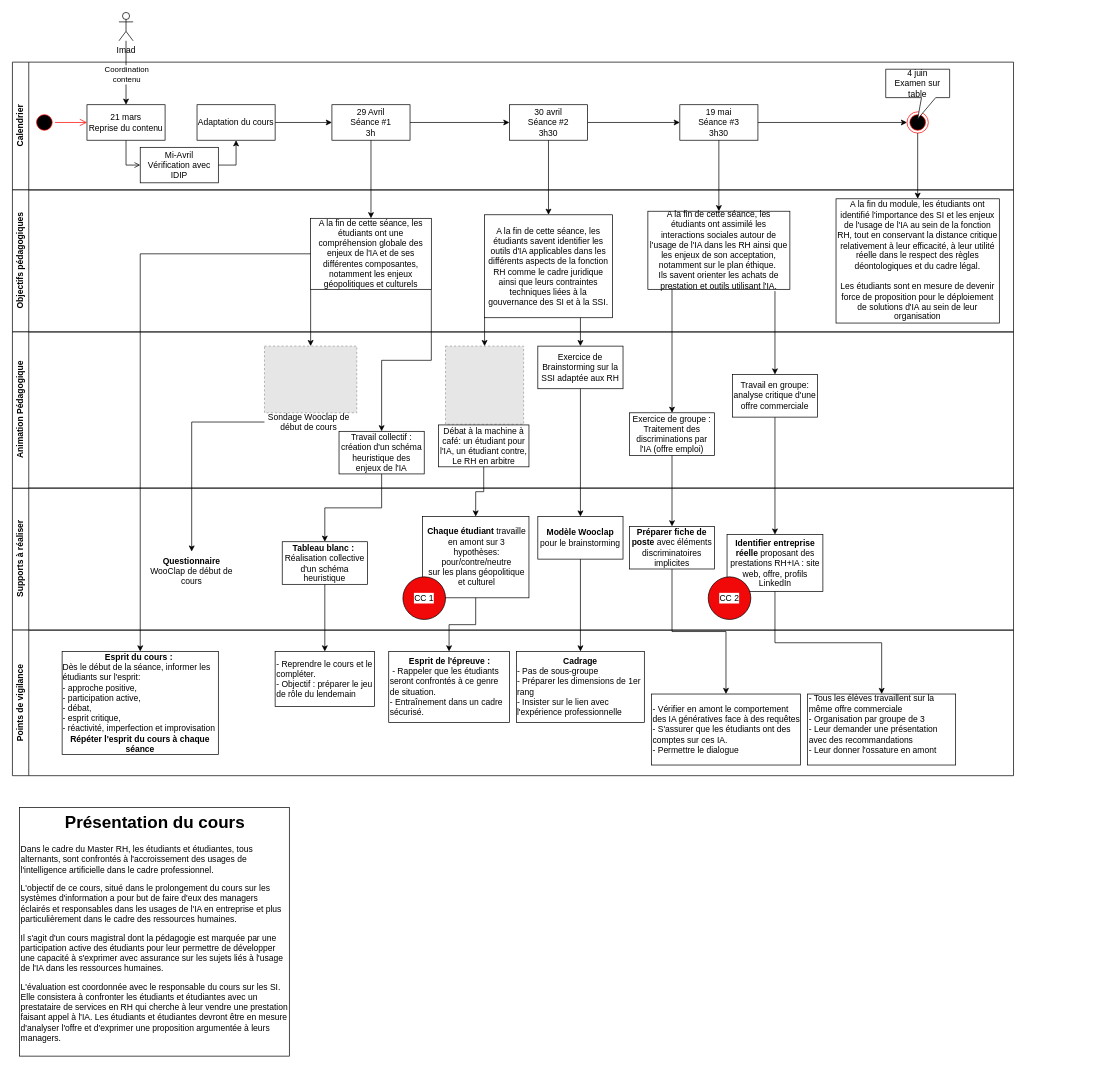
The draw.io diagram page "Parcours pédagogique" (1 of 4) of Cours IA et RH.drawio in Fabrice-64/Drawings, before the edit. Source tidied: cells renumbered, new cells numbered last; positions are measured from the earlier drawing's top-left corner, leaving out a move shared by most shapes. Both pictures are drawn from the tidied source at 71%, with x=0, y=0 at pixel (12, 12). Pictures stored in the file or linked from it are replaced by grey dashed boxes.
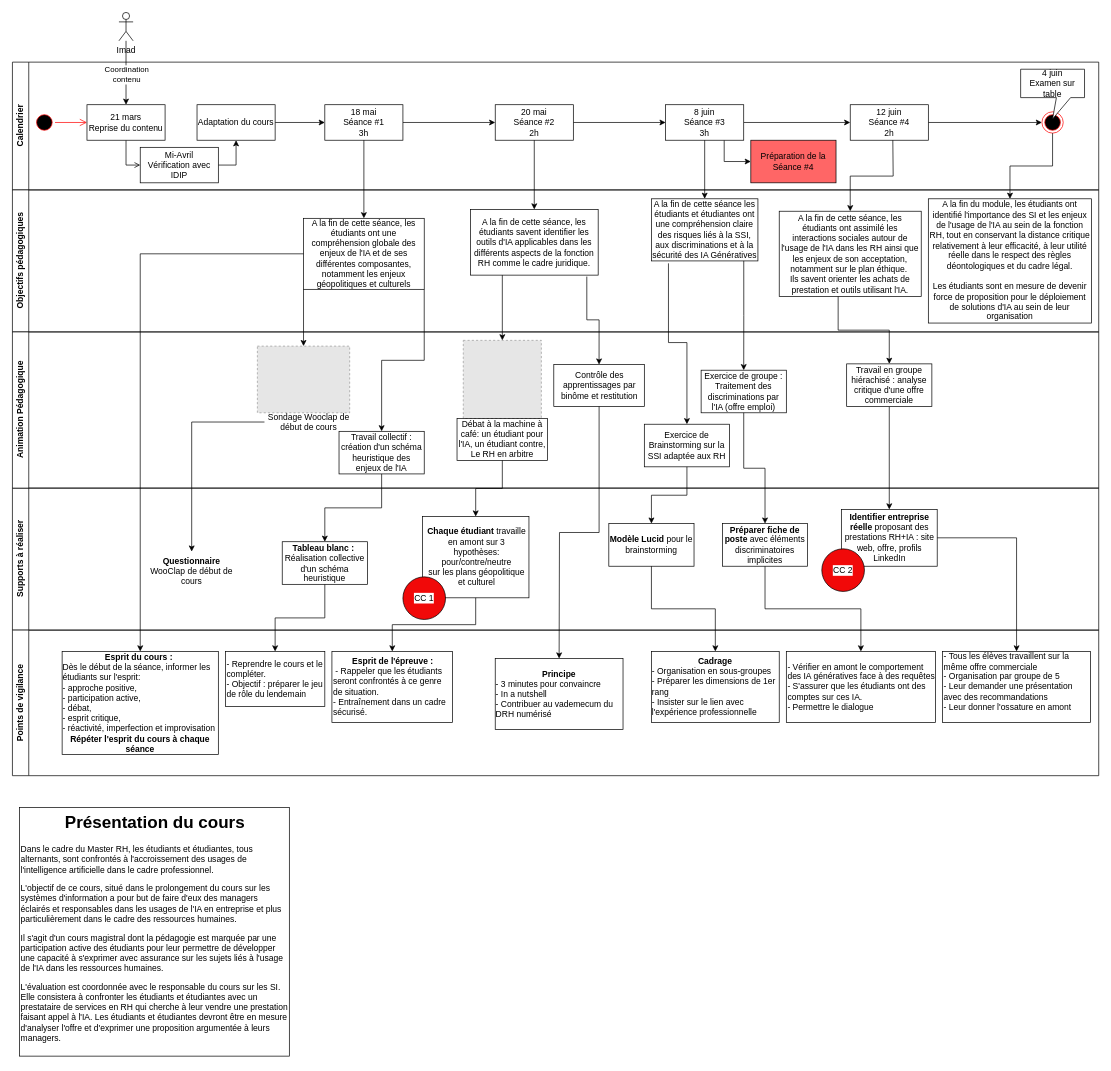
The same diagram, later.

Commit message:
Actualisation cours RH numérique

Change to the diagram source:
```diff
@@
     <mxCell id="2" value="Calendrier" style="swimlane;horizontal=0;whiteSpace=wrap;html=1;verticalAlign=middle;" parent="1" vertex="1">
-      <mxGeometry y="70" width="1410" height="180" as="geometry" />
+      <mxGeometry y="70" width="1530" height="180" as="geometry" />
     </mxCell>
@@
-    <mxCell id="11" value="29 Avril&lt;br&gt;Séance #1&lt;br&gt;3h" style="html=1;whiteSpace=wrap;" parent="2" vertex="1">
-      <mxGeometry x="450" y="60" width="110" height="50" as="geometry" />
+    <mxCell id="11" value="18 mai&lt;br&gt;Séance #1&lt;br&gt;3h" style="html=1;whiteSpace=wrap;" parent="2" vertex="1">
+      <mxGeometry x="440" y="60" width="110" height="50" as="geometry" />
     </mxCell>
@@
-    <mxCell id="13" value="30 avril&lt;br&gt;Séance #2&lt;br&gt;3h30" style="html=1;whiteSpace=wrap;" parent="2" vertex="1">
-      <mxGeometry x="700" y="60" width="110" height="50" as="geometry" />
+    <mxCell id="13" value="20 mai&lt;br&gt;Séance #2&lt;br&gt;2h" style="html=1;whiteSpace=wrap;" parent="2" vertex="1">
+      <mxGeometry x="680" y="60" width="110" height="50" as="geometry" />
     </mxCell>
-    <mxCell id="14" style="edgeStyle=orthogonalEdgeStyle;rounded=0;jettySize=auto;html=1;entryX=0;entryY=0.5;entryDx=0;entryDy=0;" parent="2" edge="1" source="15" target="16">
+    <mxCell id="14" style="edgeStyle=orthogonalEdgeStyle;rounded=0;jettySize=auto;html=1;entryX=0;entryY=0.5;entryDx=0;entryDy=0;exitX=1;exitY=0.5;exitDx=0;exitDy=0;" parent="2" edge="1" source="77" target="16">
       <mxGeometry relative="1" as="geometry" />
     </mxCell>
+    <mxCell id="75" style="edgeStyle=orthogonalEdgeStyle;rounded=0;jettySize=auto;html=1;entryX=0;entryY=0.5;entryDx=0;entryDy=0;" parent="2" edge="1" source="15" target="77">
+      <mxGeometry relative="1" as="geometry" />
+    </mxCell>
+    <mxCell id="76" style="edgeStyle=orthogonalEdgeStyle;rounded=0;jettySize=auto;html=1;exitX=0.75;exitY=1;exitDx=0;exitDy=0;entryX=0;entryY=0.5;entryDx=0;entryDy=0;" parent="2" edge="1" source="15" target="78">
+      <mxGeometry relative="1" as="geometry" />
+    </mxCell>
-    <mxCell id="15" value="19 mai&lt;br&gt;Séance #3&lt;br&gt;3h30" style="html=1;whiteSpace=wrap;" parent="2" vertex="1">
-      <mxGeometry x="940" y="60" width="110" height="50" as="geometry" />
+    <mxCell id="15" value="8 juin&lt;br&gt;Séance #3&lt;br&gt;3h" style="html=1;whiteSpace=wrap;" parent="2" vertex="1">
+      <mxGeometry x="920" y="60" width="110" height="50" as="geometry" />
     </mxCell>
     <mxCell id="16" style="ellipse;html=1;shape=endState;fillColor=#000000;strokeColor=#ff0000;" parent="2" vertex="1">
-      <mxGeometry x="1260" y="70" width="30" height="30" as="geometry" />
+      <mxGeometry x="1450" y="70" width="30" height="30" as="geometry" />
     </mxCell>
@@
     <mxCell id="18" value="4 juin&lt;br&gt;Examen sur table" style="shape=callout;whiteSpace=wrap;html=1;perimeter=calloutPerimeter;size=30;position=0.56;" parent="2" vertex="1">
-      <mxGeometry x="1230" y="10" width="90" height="70" as="geometry" />
+      <mxGeometry x="1420" y="10" width="90" height="70" as="geometry" />
     </mxCell>
+    <mxCell id="77" value="12 juin&lt;br&gt;Séance #4&lt;br&gt;2h" style="html=1;whiteSpace=wrap;" parent="2" vertex="1">
+      <mxGeometry x="1180" y="60" width="110" height="50" as="geometry" />
+    </mxCell>
+    <mxCell id="78" value="Préparation de la Séance #4" style="whiteSpace=wrap;html=1;fillColor=#FF6666;" parent="2" vertex="1">
+      <mxGeometry x="1040" y="110" width="120" height="60" as="geometry" />
+    </mxCell>
@@
-    <mxCell id="24" style="edgeStyle=orthogonalEdgeStyle;rounded=0;jettySize=auto;html=1;entryX=0.5;entryY=0;entryDx=0;entryDy=0;" parent="1" edge="1" source="15" target="29">
-      <mxGeometry relative="1" as="geometry" />
+    <mxCell id="24" style="edgeStyle=orthogonalEdgeStyle;rounded=0;jettySize=auto;html=1;entryX=0.5;entryY=0;entryDx=0;entryDy=0;" parent="1" edge="1" target="29">
+      <mxGeometry relative="1" as="geometry">
+        <mxPoint x="1240" y="180" as="sourcePoint" />
+      </mxGeometry>
     </mxCell>
@@
     <mxCell id="26" value="Objectifs pédagogiques" style="swimlane;horizontal=0;whiteSpace=wrap;html=1;perimeterSpacing=1;" parent="1" vertex="1">
-      <mxGeometry y="250" width="1410" height="200" as="geometry" />
+      <mxGeometry y="250" width="1530" height="200" as="geometry" />
     </mxCell>
     <mxCell id="27" value="A la fin de cette séance, les étudiants ont une compréhension globale des enjeux de l'IA et de ses différentes composantes, notamment les enjeux géopolitiques et culturels" style="html=1;whiteSpace=wrap;movableLabel=0;" parent="26" vertex="1">
-      <mxGeometry x="420" y="40" width="170" height="100" as="geometry" />
+      <mxGeometry x="410" y="40" width="170" height="100" as="geometry" />
     </mxCell>
-    <mxCell id="28" value="A la fin de cette séance, les étudiants savent identifier les outils d'IA applicables dans les différents aspects de la fonction RH comme le cadre juridique ainsi que leurs contraintes techniques liées à la gouvernance des SI et à la SSI." style="html=1;whiteSpace=wrap;" parent="26" vertex="1">
-      <mxGeometry x="665" y="35" width="180" height="145" as="geometry" />
+    <mxCell id="28" value="A la fin de cette séance, les étudiants savent identifier les outils d'IA applicables dans les différents aspects de la fonction RH comme le cadre juridique." style="html=1;whiteSpace=wrap;" parent="26" vertex="1">
+      <mxGeometry x="645" y="27.5" width="180" height="92.5" as="geometry" />
     </mxCell>
     <mxCell id="29" value="A la fin de cette séance, les étudiants ont assimilé les interactions sociales autour de l'usage de l'IA dans les RH ainsi que les enjeux de son acceptation, notamment sur le plan éthique.&amp;nbsp;&lt;br&gt;Ils savent orienter les achats de prestation et outils utilisant l'IA." style="html=1;whiteSpace=wrap;" parent="26" vertex="1">
-      <mxGeometry x="895" y="30" width="200" height="110" as="geometry" />
+      <mxGeometry x="1080" y="30" width="200" height="120" as="geometry" />
     </mxCell>
     <mxCell id="30" value="A la fin du module, les étudiants ont identifié l'importance des SI et les enjeux de l'usage de l'IA au sein de la fonction RH, tout en conservant la distance critique relativement à leur efficacité, à leur utilité réelle dans le respect des règles déontologiques et du cadre légal.&lt;br&gt;&lt;br&gt;Les étudiants sont en mesure de devenir force de proposition pour le déploiement de solutions d'IA au sein de leur organisation" style="html=1;whiteSpace=wrap;" parent="26" vertex="1">
-      <mxGeometry x="1160" y="12.5" width="230" height="175" as="geometry" />
+      <mxGeometry x="1290" y="12.5" width="230" height="175" as="geometry" />
     </mxCell>
+    <mxCell id="79" value="A la fin de cette séance les étudiants et étudiantes ont une compréhension claire des risques liés à la SSI, aux discriminations et à la sécurité des IA Génératives" style="html=1;whiteSpace=wrap;" parent="26" vertex="1">
+      <mxGeometry x="900" y="12.5" width="150" height="87.5" as="geometry" />
+    </mxCell>
     <mxCell id="31" value="Supports à réaliser" style="swimlane;horizontal=0;whiteSpace=wrap;html=1;perimeterSpacing=1;fillColor=light-dark(#FFFFFF,#EDEDED);" parent="1" vertex="1">
-      <mxGeometry y="670" width="1410" height="200" as="geometry" />
+      <mxGeometry y="670" width="1530" height="200" as="geometry" />
     </mxCell>
@@
     <mxCell id="34" value="&lt;b&gt;Identifier entreprise réelle&lt;/b&gt; proposant des prestations RH+IA : site web, offre, profils LinkedIn" style="whiteSpace=wrap;html=1;" parent="31" vertex="1">
-      <mxGeometry x="1006.5" y="65.5" width="135" height="80" as="geometry" />
+      <mxGeometry x="1167.5" y="30" width="135" height="80" as="geometry" />
     </mxCell>
-    <mxCell id="35" value="&lt;b&gt;Modèle Wooclap&lt;/b&gt; pour le brainstorming" style="whiteSpace=wrap;html=1;" parent="31" vertex="1">
-      <mxGeometry x="740" y="40" width="120" height="60" as="geometry" />
+    <mxCell id="35" value="&lt;b&gt;Modèle Lucid&lt;/b&gt; pour le brainstorming" style="whiteSpace=wrap;html=1;" parent="31" vertex="1">
+      <mxGeometry x="840" y="50" width="120" height="60" as="geometry" />
     </mxCell>
     <mxCell id="36" value="&lt;b&gt;Préparer fiche de poste&lt;/b&gt; avec éléments discriminatoires implicites" style="rounded=0;whiteSpace=wrap;html=1;" parent="31" vertex="1">
-      <mxGeometry x="869" y="53.9" width="120" height="60" as="geometry" />
+      <mxGeometry x="1000" y="50" width="120" height="60" as="geometry" />
     </mxCell>
@@
     <mxCell id="39" value="CC 2" style="ellipse;whiteSpace=wrap;html=1;labelBackgroundColor=#FFFFFF;fillColor=light-dark(#f10909, #ededed);" parent="31" vertex="1">
-      <mxGeometry x="980" y="125" width="60" height="60" as="geometry" />
+      <mxGeometry x="1140" y="85.5" width="60" height="60" as="geometry" />
     </mxCell>
-    <mxCell id="40" style="edgeStyle=orthogonalEdgeStyle;rounded=0;jettySize=auto;html=1;exitX=0.895;exitY=1.023;exitDx=0;exitDy=0;exitPerimeter=0;" parent="1" edge="1" source="29" target="49">
+    <mxCell id="40" style="edgeStyle=orthogonalEdgeStyle;rounded=0;jettySize=auto;html=1;exitX=0.415;exitY=1;exitDx=0;exitDy=0;exitPerimeter=0;" parent="1" edge="1" source="29" target="49">
       <mxGeometry relative="1" as="geometry" />
     </mxCell>
@@
     <mxCell id="44" value="Animation Pédagogique" style="swimlane;horizontal=0;whiteSpace=wrap;html=1;perimeterSpacing=1;" parent="1" vertex="1">
-      <mxGeometry y="450" width="1410" height="220" as="geometry" />
+      <mxGeometry y="450" width="1530" height="220" as="geometry" />
     </mxCell>
     <mxCell id="45" style="fillColor=#E6E6E6;strokeColor=#999999;dashed=1;verticalLabelPosition=bottom;verticalAlign=top;" parent="44" vertex="1">
-      <mxGeometry x="355" y="20" width="130" height="93.9" as="geometry" />
+      <mxGeometry x="345" y="20" width="130" height="93.9" as="geometry" />
     </mxCell>
@@
     <mxCell id="47" style="fillColor=#E6E6E6;strokeColor=#999999;dashed=1;verticalLabelPosition=bottom;verticalAlign=top;" parent="44" vertex="1">
-      <mxGeometry x="610" y="20" width="110" height="110" as="geometry" />
+      <mxGeometry x="635" y="11.9" width="110" height="110" as="geometry" />
     </mxCell>
     <mxCell id="48" value="Débat à la machine à café: un étudiant pour l'IA, un étudiant contre,&lt;br&gt;Le RH en arbitre" style="text;html=1;align=center;verticalAlign=middle;whiteSpace=wrap;rounded=0;strokeColor=default;" parent="44" vertex="1">
-      <mxGeometry x="600" y="131" width="127.5" height="59" as="geometry" />
+      <mxGeometry x="626.2" y="121.9" width="127.5" height="59" as="geometry" />
     </mxCell>
-    <mxCell id="49" value="Travail en groupe: analyse critique d'une offre commerciale" style="whiteSpace=wrap;html=1;" parent="44" vertex="1">
-      <mxGeometry x="1014" y="60" width="120" height="60" as="geometry" />
+    <mxCell id="49" value="Travail en groupe hiérachisé : analyse critique d'une offre commerciale" style="whiteSpace=wrap;html=1;" parent="44" vertex="1">
+      <mxGeometry x="1175" y="45" width="120" height="60" as="geometry" />
     </mxCell>
     <mxCell id="50" value="Exercice de Brainstorming sur la SSI adaptée aux RH" style="whiteSpace=wrap;html=1;" parent="44" vertex="1">
-      <mxGeometry x="740" y="20" width="120" height="60" as="geometry" />
+      <mxGeometry x="890" y="130" width="120" height="60" as="geometry" />
     </mxCell>
     <mxCell id="51" value="Exercice de groupe : Traitement des discriminations par l'IA (offre emploi)" style="whiteSpace=wrap;html=1;" parent="44" vertex="1">
-      <mxGeometry x="869" y="113.9" width="120" height="60" as="geometry" />
+      <mxGeometry x="970" y="53.9" width="120" height="60" as="geometry" />
     </mxCell>
@@
+    <mxCell id="80" style="edgeStyle=orthogonalEdgeStyle;rounded=0;jettySize=auto;html=1;" parent="44" edge="1" source="81">
+      <mxGeometry relative="1" as="geometry">
+        <mxPoint x="770" y="460" as="targetPoint" />
+      </mxGeometry>
+    </mxCell>
+    <mxCell id="81" value="Contrôle des apprentissages par binôme et restitution" style="text;html=1;align=center;verticalAlign=middle;whiteSpace=wrap;rounded=0;strokeColor=default;" parent="44" vertex="1">
+      <mxGeometry x="762.5" y="46" width="127.5" height="59" as="geometry" />
+    </mxCell>
-    <mxCell id="53" style="edgeStyle=orthogonalEdgeStyle;rounded=0;jettySize=auto;html=1;exitX=0.75;exitY=1;exitDx=0;exitDy=0;entryX=0.5;entryY=0;entryDx=0;entryDy=0;" parent="1" edge="1" source="28" target="50">
+    <mxCell id="53" style="edgeStyle=orthogonalEdgeStyle;rounded=0;jettySize=auto;html=1;exitX=0.16;exitY=1.039;exitDx=0;exitDy=0;entryX=0.5;entryY=0;entryDx=0;entryDy=0;exitPerimeter=0;" parent="1" edge="1" source="79" target="50">
       <mxGeometry relative="1" as="geometry" />
     </mxCell>
@@
-    <mxCell id="55" style="edgeStyle=orthogonalEdgeStyle;rounded=0;jettySize=auto;html=1;exitX=0;exitY=1;exitDx=0;exitDy=0;entryX=0.5;entryY=0;entryDx=0;entryDy=0;" parent="1" edge="1" source="28" target="47">
+    <mxCell id="55" style="rounded=0;jettySize=auto;html=1;exitX=0.25;exitY=1;exitDx=0;exitDy=0;entryX=0.5;entryY=0;entryDx=0;entryDy=0;" parent="1" edge="1" source="28" target="47">
       <mxGeometry relative="1" as="geometry" />
     </mxCell>
@@
-    <mxCell id="57" style="edgeStyle=orthogonalEdgeStyle;rounded=0;jettySize=auto;html=1;exitX=0.17;exitY=0.977;exitDx=0;exitDy=0;exitPerimeter=0;" parent="1" edge="1" source="29" target="51">
+    <mxCell id="57" style="edgeStyle=orthogonalEdgeStyle;rounded=0;jettySize=auto;html=1;exitX=0.867;exitY=1;exitDx=0;exitDy=0;exitPerimeter=0;" parent="1" edge="1" source="79" target="51">
       <mxGeometry relative="1" as="geometry" />
     </mxCell>
@@
     <mxCell id="62" value="Points de vigilance" style="swimlane;horizontal=0;whiteSpace=wrap;html=1;perimeterSpacing=1;fillColor=light-dark(#FFFFFF,#EDEDED);" parent="1" vertex="1">
-      <mxGeometry y="870" width="1410" height="205" as="geometry" />
+      <mxGeometry y="870" width="1530" height="205" as="geometry" />
     </mxCell>
@@
     <mxCell id="64" value="&lt;div style=&quot;text-align: center;&quot;&gt;&lt;b style=&quot;background-color: transparent; color: light-dark(rgb(0, 0, 0), rgb(255, 255, 255));&quot;&gt;Esprit de l'épreuve :&lt;/b&gt;&lt;/div&gt;&lt;div&gt;&lt;b&gt;&amp;nbsp;&lt;/b&gt;- Rappeler que les étudiants seront confrontés à ce genre de situation.&lt;br&gt;- Entraînement dans un cadre sécurisé.&lt;/div&gt;" style="whiteSpace=wrap;html=1;align=left;fillColor=none;gradientColor=none;rounded=0;" parent="62" vertex="1">
-      <mxGeometry x="530" y="30" width="170" height="100" as="geometry" />
+      <mxGeometry x="450" y="30" width="170" height="100" as="geometry" />
     </mxCell>
     <mxCell id="65" value="- Reprendre le cours et le compléter.&lt;br&gt;- Objectif : préparer le jeu de rôle du lendemain" style="rounded=0;whiteSpace=wrap;html=1;align=left;" parent="62" vertex="1">
-      <mxGeometry x="370" y="30" width="140" height="77.5" as="geometry" />
+      <mxGeometry x="300" y="30" width="140" height="77.5" as="geometry" />
     </mxCell>
-    <mxCell id="66" value="&lt;b&gt;Cadrage&lt;/b&gt;&lt;div style=&quot;text-align: left;&quot;&gt;&lt;span style=&quot;background-color: transparent; color: light-dark(rgb(0, 0, 0), rgb(255, 255, 255));&quot;&gt;- Pas de sous-groupe&lt;/span&gt;&lt;/div&gt;&lt;div style=&quot;text-align: left;&quot;&gt;&lt;span style=&quot;background-color: transparent; color: light-dark(rgb(0, 0, 0), rgb(255, 255, 255));&quot;&gt;- Préparer les dimensions de 1er rang&lt;/span&gt;&lt;/div&gt;&lt;div style=&quot;text-align: left;&quot;&gt;&lt;span style=&quot;background-color: transparent; color: light-dark(rgb(0, 0, 0), rgb(255, 255, 255));&quot;&gt;- Insister sur le lien avec l'expérience professionnelle&lt;/span&gt;&lt;/div&gt;" style="rounded=0;whiteSpace=wrap;html=1;" parent="62" vertex="1">
-      <mxGeometry x="710" y="30" width="180" height="100" as="geometry" />
+    <mxCell id="66" value="&lt;b&gt;Cadrage&lt;/b&gt;&lt;div style=&quot;text-align: left;&quot;&gt;&lt;span style=&quot;background-color: transparent; color: light-dark(rgb(0, 0, 0), rgb(255, 255, 255));&quot;&gt;- Organisation en sous-groupes&lt;/span&gt;&lt;/div&gt;&lt;div style=&quot;text-align: left;&quot;&gt;&lt;span style=&quot;background-color: transparent; color: light-dark(rgb(0, 0, 0), rgb(255, 255, 255));&quot;&gt;- Préparer les dimensions de 1er rang&lt;/span&gt;&lt;/div&gt;&lt;div style=&quot;text-align: left;&quot;&gt;&lt;span style=&quot;background-color: transparent; color: light-dark(rgb(0, 0, 0), rgb(255, 255, 255));&quot;&gt;- Insister sur le lien avec l'expérience professionnelle&lt;/span&gt;&lt;/div&gt;" style="rounded=0;whiteSpace=wrap;html=1;" parent="62" vertex="1">
+      <mxGeometry x="900" y="30" width="180" height="100" as="geometry" />
     </mxCell>
     <mxCell id="67" value="- Vérifier en amont le comportement des IA génératives face à des requêtes&lt;br&gt;- S'assurer que les étudiants ont des comptes sur ces IA.&lt;br&gt;- Permettre le dialogue" style="rounded=0;whiteSpace=wrap;html=1;align=left;" parent="62" vertex="1">
-      <mxGeometry x="900" y="90" width="210" height="100" as="geometry" />
+      <mxGeometry x="1090" y="30" width="210" height="100" as="geometry" />
     </mxCell>
-    <mxCell id="68" value="- Tous les élèves travaillent sur la même offre commerciale&lt;div&gt;- Organisation par groupe de 3&lt;/div&gt;&lt;div&gt;- Leur demander une présentation avec des recommandations&lt;/div&gt;&lt;div&gt;- Leur donner l'ossature en amont&lt;/div&gt;&lt;div&gt;&lt;br&gt;&lt;/div&gt;" style="rounded=0;whiteSpace=wrap;html=1;align=left;" parent="62" vertex="1">
-      <mxGeometry x="1120" y="90" width="208.5" height="100" as="geometry" />
+    <mxCell id="68" value="- Tous les élèves travaillent sur la même offre commerciale&lt;div&gt;- Organisation par groupe de 5&lt;/div&gt;&lt;div&gt;- Leur demander une présentation avec des recommandations&lt;/div&gt;&lt;div&gt;- Leur donner l'ossature en amont&lt;/div&gt;&lt;div&gt;&lt;br&gt;&lt;/div&gt;" style="rounded=0;whiteSpace=wrap;html=1;align=left;" parent="62" vertex="1">
+      <mxGeometry x="1310" y="30" width="208.5" height="100" as="geometry" />
     </mxCell>
+    <mxCell id="82" value="&lt;div style=&quot;&quot;&gt;&lt;span style=&quot;background-color: transparent; color: light-dark(rgb(0, 0, 0), rgb(255, 255, 255));&quot;&gt;&lt;b&gt;Principe&lt;/b&gt;&lt;/span&gt;&lt;/div&gt;&lt;div style=&quot;text-align: left;&quot;&gt;- 3 minutes pour convaincre&lt;/div&gt;&lt;div style=&quot;text-align: left;&quot;&gt;- In a nutshell&lt;/div&gt;&lt;div style=&quot;text-align: left;&quot;&gt;- Contribuer au vademecum du DRH numérisé&lt;/div&gt;" style="rounded=0;whiteSpace=wrap;html=1;" parent="62" vertex="1">
+      <mxGeometry x="680" y="40" width="180" height="100" as="geometry" />
+    </mxCell>
@@
+    <mxCell id="83" style="edgeStyle=orthogonalEdgeStyle;rounded=0;jettySize=auto;html=1;exitX=0.5;exitY=1;exitDx=0;exitDy=0;" parent="1" edge="1" source="15" target="79">
+      <mxGeometry relative="1" as="geometry" />
+    </mxCell>
+    <mxCell id="84" style="edgeStyle=orthogonalEdgeStyle;rounded=0;jettySize=auto;html=1;exitX=0.911;exitY=1.022;exitDx=0;exitDy=0;exitPerimeter=0;entryX=0.5;entryY=0;entryDx=0;entryDy=0;" parent="1" edge="1" source="28" target="81">
+      <mxGeometry relative="1" as="geometry" />
+    </mxCell>
```
